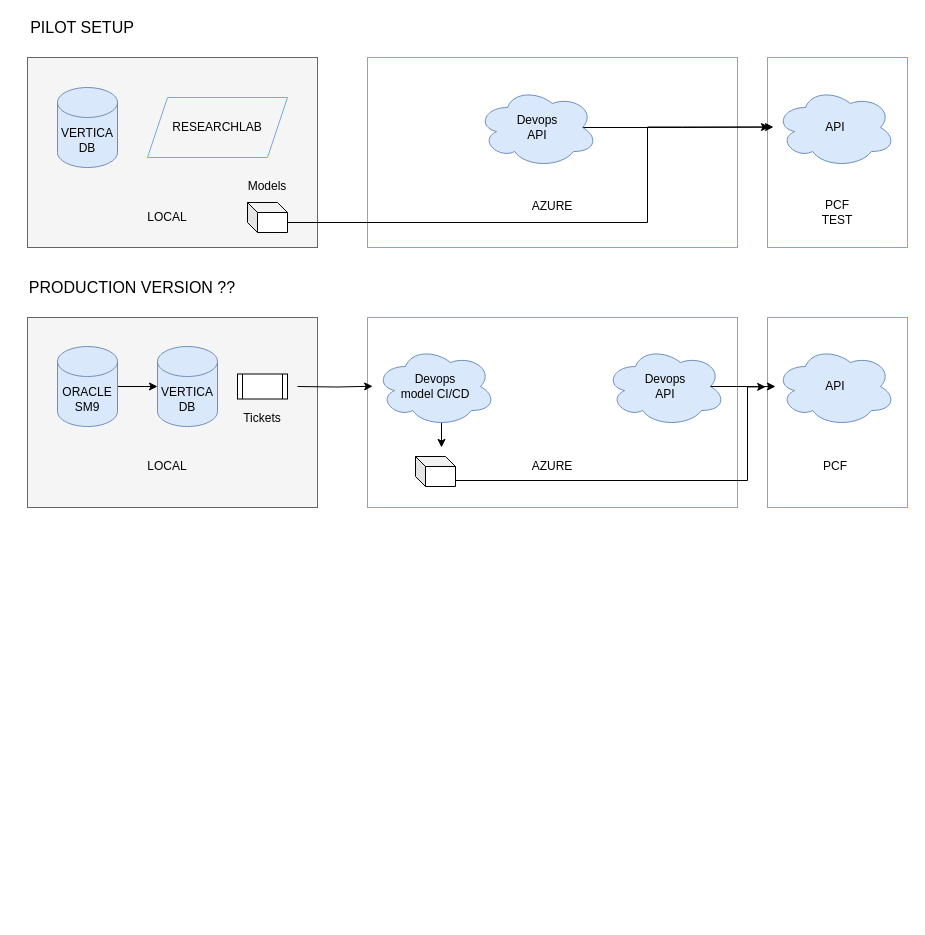
This is IT_incidents_ci_cd.drawio from mhux2000/100-pandas-puzzles, a draw.io file, before an edit. Source tidied: cells renumbered, new cells numbered last; positions are measured from the earlier drawing's top-left corner, leaving out a move shared by most shapes. Both pictures are drawn from the tidied source at 100%, with x=0, y=0 at pixel (17, 17).
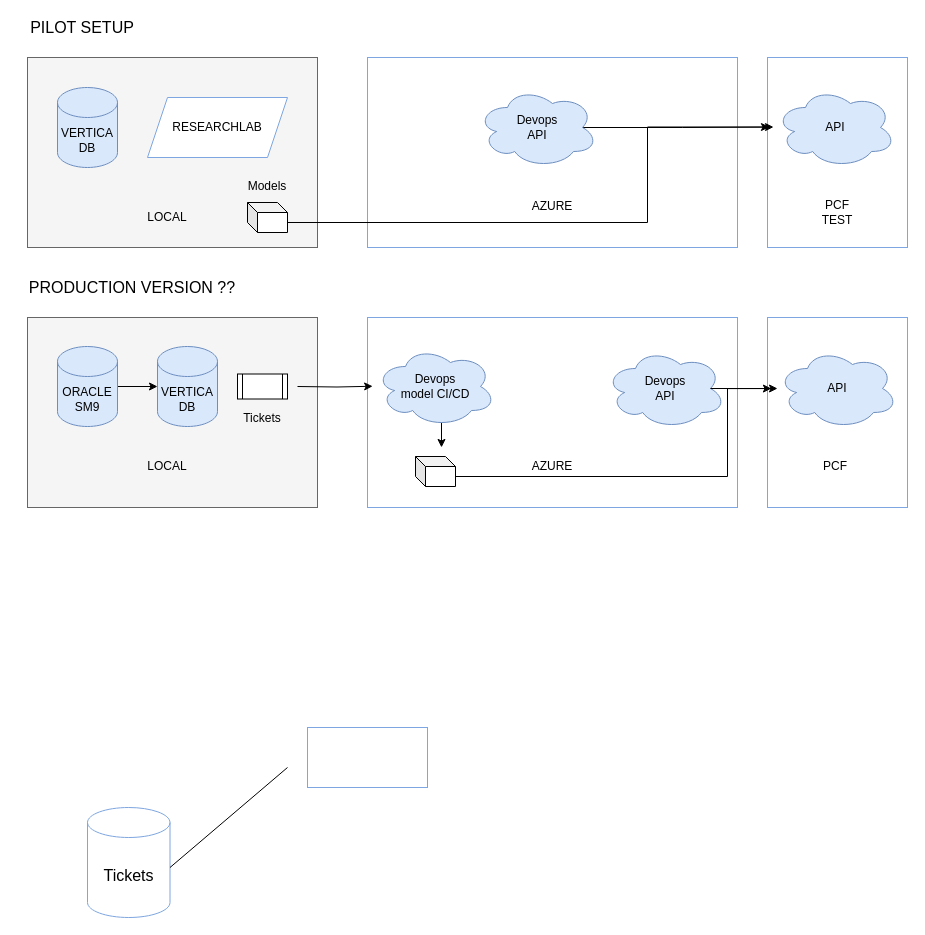
After the change.

The change refers to these unchanged cells:
```xml
<mxCell id="2" style="group;" parent="1" vertex="1">
  <mxGeometry x="10" y="40" width="880" height="190" as="geometry" />
</mxCell>
<mxCell id="19" style="rounded=0;whiteSpace=wrap;html=1;strokeColor=#7EA6E0;" parent="1" vertex="1">
  <mxGeometry x="750" y="300" width="140" height="190" as="geometry" />
</mxCell>
<mxCell id="30" style="shape=cube;whiteSpace=wrap;html=1;boundedLbl=1;backgroundOutline=1;darkOpacity=0.05;darkOpacity2=0.1;size=10;" parent="1" vertex="1">
  <mxGeometry x="398" y="439" width="40" height="30" as="geometry" />
</mxCell>
```

What changed in the source:
```diff
@@
-    <mxCell id="9" value="RESEARCHLAB" style="shape=parallelogram;perimeter=parallelogramPerimeter;whiteSpace=wrap;html=1;fixedSize=1;rounded=0;strokeColor=#7EA6E0;fillColor=none;" parent="2" vertex="1">
+    <mxCell id="9" value="RESEARCHLAB" style="shape=parallelogram;perimeter=parallelogramPerimeter;whiteSpace=wrap;html=1;fixedSize=1;rounded=0;strokeColor=#7EA6E0;" parent="2" vertex="1">
       <mxGeometry x="120" y="40" width="140" height="60" as="geometry" />
     </mxCell>
@@
     <mxCell id="27" value="&lt;span&gt;Devops&lt;/span&gt;&lt;br&gt;API" style="ellipse;shape=cloud;whiteSpace=wrap;html=1;fillColor=#dae8fc;strokeColor=#6c8ebf;" parent="1" vertex="1">
-      <mxGeometry x="588" y="329" width="120" height="80" as="geometry" />
+      <mxGeometry x="588" y="331" width="120" height="80" as="geometry" />
     </mxCell>
@@
-    <mxCell id="29" style="edgeStyle=orthogonalEdgeStyle;rounded=0;jettySize=auto;html=1;exitX=0;exitY=0;exitDx=40;exitDy=20;exitPerimeter=0;entryX=-0.013;entryY=0.365;entryDx=0;entryDy=0;entryPerimeter=0;fontSize=16;" parent="1" edge="1" source="30" target="19">
+    <mxCell id="29" style="edgeStyle=orthogonalEdgeStyle;rounded=0;jettySize=auto;html=1;exitX=0;exitY=0;exitDx=40;exitDy=20;exitPerimeter=0;entryX=0.028;entryY=0.374;entryDx=0;entryDy=0;entryPerimeter=0;fontSize=16;" parent="1" edge="1" source="30" target="19">
       <mxGeometry relative="1" as="geometry">
         <Array as="points">
-          <mxPoint x="730" y="463" />
-          <mxPoint x="730" y="369" />
+          <mxPoint x="710" y="459" />
+          <mxPoint x="710" y="371" />
         </Array>
       </mxGeometry>
     </mxCell>
@@
     <mxCell id="33" value="API" style="ellipse;shape=cloud;whiteSpace=wrap;html=1;fillColor=#dae8fc;strokeColor=#6c8ebf;" parent="1" vertex="1">
-      <mxGeometry x="758" y="329" width="120" height="80" as="geometry" />
+      <mxGeometry x="760" y="331" width="120" height="80" as="geometry" />
     </mxCell>
@@
+    <mxCell id="38" value="Tickets" style="shape=cylinder3;whiteSpace=wrap;html=1;boundedLbl=1;backgroundOutline=1;size=15;rounded=0;fontSize=16;strokeColor=#7EA6E0;fillColor=#ffffff;align=center;" parent="1" vertex="1">
+      <mxGeometry x="70" y="790" width="82.5" height="110" as="geometry" />
+    </mxCell>
+    <mxCell id="39" style="endArrow=none;html=1;fontSize=16;" parent="1" edge="1">
+      <mxGeometry relative="1" as="geometry">
+        <mxPoint x="152.5" y="850" as="sourcePoint" />
+        <mxPoint x="270" y="750" as="targetPoint" />
+      </mxGeometry>
+    </mxCell>
+    <mxCell id="40" style="rounded=0;whiteSpace=wrap;html=1;fontSize=16;strokeColor=#7EA6E0;fillColor=#ffffff;align=left;" parent="1" vertex="1">
+      <mxGeometry x="290" y="710" width="120" height="60" as="geometry" />
+    </mxCell>
```
